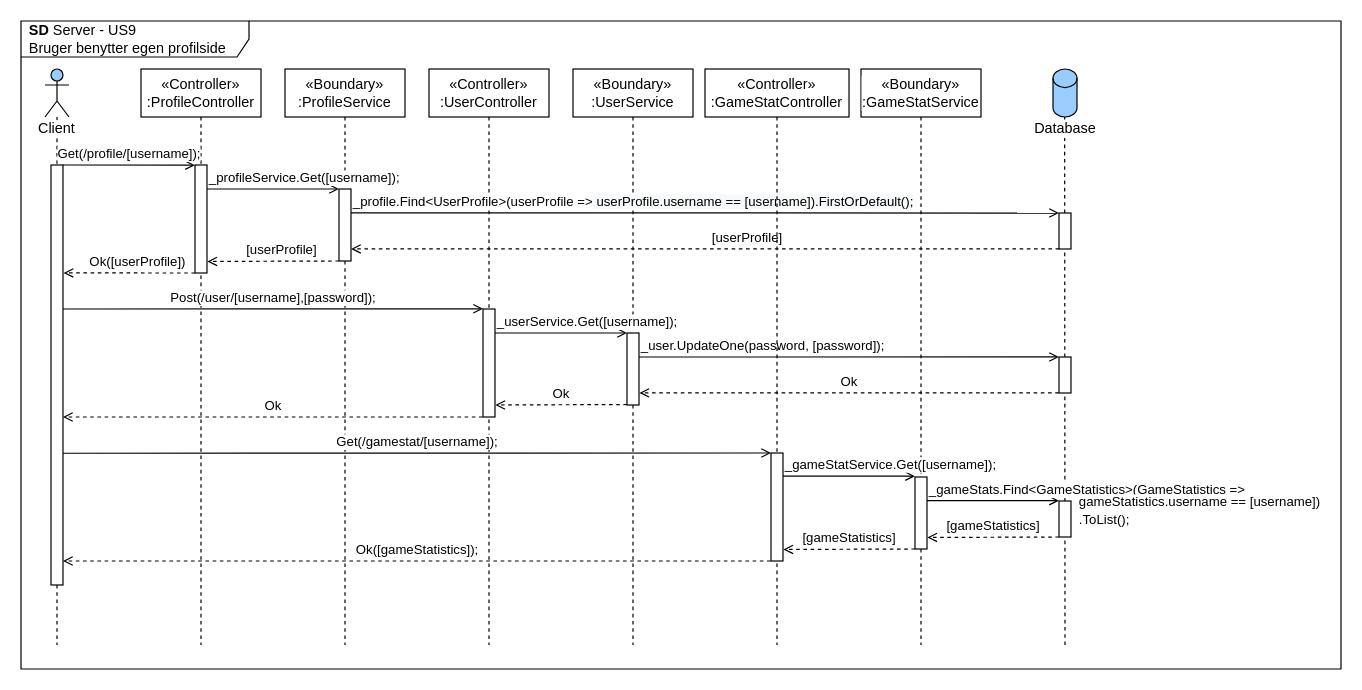
The draw.io diagram page "SD-Server" (2 of 2) of diagrams/arkitektur/US9_profile.drawio in Macradon/I7BAC-PlugNPlay, before the edit. Source tidied: cells renumbered, new cells numbered last; positions are measured from the earlier drawing's top-left corner, leaving out a move shared by most shapes. Both pictures are drawn from the tidied source at 120%, with x=0, y=0 at pixel (20, 20).
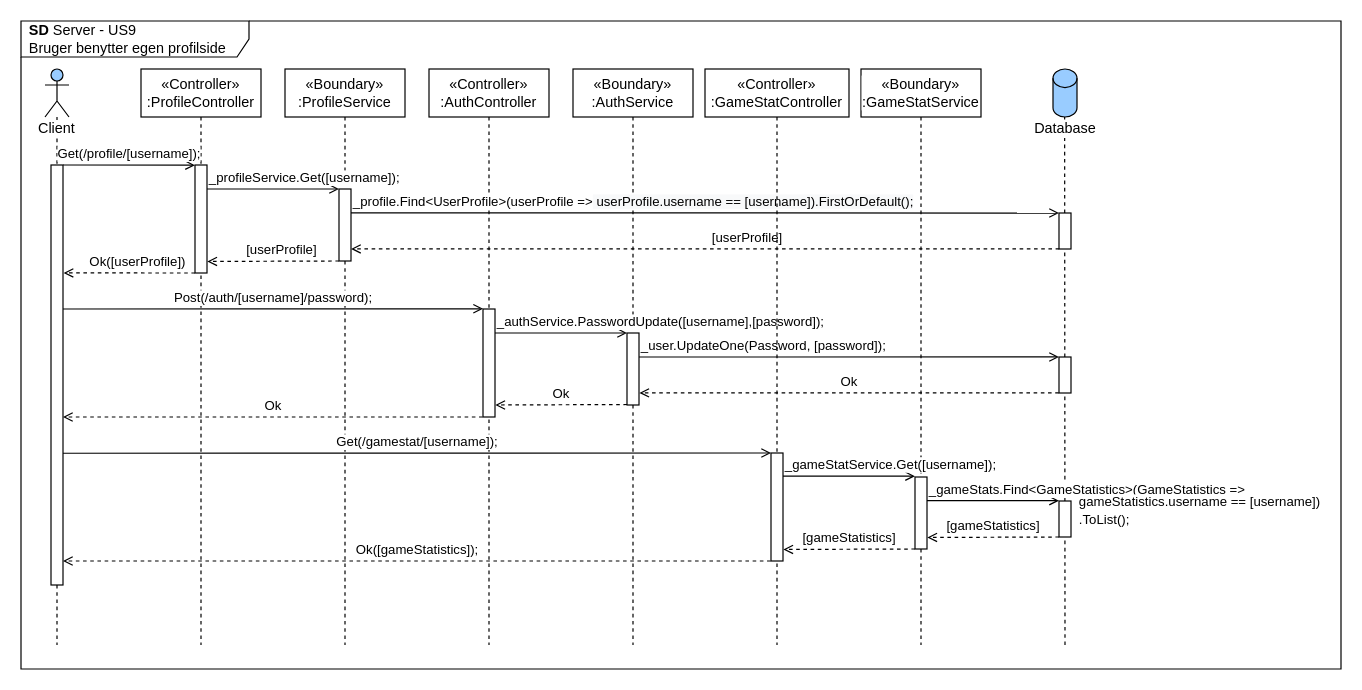
Above is the later version.

Unchanged cells that the change refers to:
```xml
<mxCell id="26" style="html=1;points=[];perimeter=orthogonalPerimeter;labelBackgroundColor=#ffffff;" parent="1" vertex="1">
  <mxGeometry x="385" y="240" width="10" height="90" as="geometry" />
</mxCell>
<mxCell id="28" style="html=1;points=[];perimeter=orthogonalPerimeter;labelBackgroundColor=#ffffff;" parent="1" vertex="1">
  <mxGeometry x="865" y="280" width="10" height="30" as="geometry" />
</mxCell>
```

The edit, as a diff of the source:
```diff
@@
-    <mxCell id="17" value="«Controller»&lt;br&gt;:UserController" style="shape=umlLifeline;perimeter=lifelinePerimeter;whiteSpace=wrap;html=1;labelBackgroundColor=#ffffff;" parent="1" vertex="1">
+    <mxCell id="17" value="«Controller»&lt;br&gt;:AuthController" style="shape=umlLifeline;perimeter=lifelinePerimeter;whiteSpace=wrap;html=1;labelBackgroundColor=#ffffff;" parent="1" vertex="1">
       <mxGeometry x="340" y="40" width="100" height="480" as="geometry" />
     </mxCell>
-    <mxCell id="18" value="«Boundary»&lt;br&gt;:UserService" style="shape=umlLifeline;perimeter=lifelinePerimeter;whiteSpace=wrap;html=1;labelBackgroundColor=#ffffff;" parent="1" vertex="1">
+    <mxCell id="18" value="«Boundary»&lt;br&gt;:AuthService" style="shape=umlLifeline;perimeter=lifelinePerimeter;whiteSpace=wrap;html=1;labelBackgroundColor=#ffffff;" parent="1" vertex="1">
       <mxGeometry x="460" y="40" width="100" height="480" as="geometry" />
     </mxCell>
@@
-    <mxCell id="20" value="&lt;div style=&quot;text-align: left&quot;&gt;Post(/user/[username],[password]);&lt;/div&gt;" style="html=1;verticalAlign=bottom;endArrow=open;fontColor=#000000;endFill=0;entryX=0.004;entryY=-0.002;entryDx=0;entryDy=0;entryPerimeter=0;" parent="1" edge="1" target="26">
+    <mxCell id="20" value="&lt;div style=&quot;text-align: left&quot;&gt;Post(/auth/[username]/password);&lt;/div&gt;" style="html=1;verticalAlign=bottom;endArrow=open;fontColor=#000000;endFill=0;entryX=0.004;entryY=-0.002;entryDx=0;entryDy=0;entryPerimeter=0;" parent="1" edge="1" target="26">
       <mxGeometry relative="1" as="geometry">
         <mxPoint x="35" y="240" as="sourcePoint" />
       </mxGeometry>
     </mxCell>
-    <mxCell id="21" value="&lt;span&gt;_userService.Get([username]);&lt;/span&gt;" style="html=1;verticalAlign=bottom;endArrow=open;fontColor=#000000;endFill=0;align=left;entryX=-0.003;entryY=0;entryDx=0;entryDy=0;entryPerimeter=0;" parent="1" edge="1">
+    <mxCell id="21" value="&lt;span&gt;_authService.PasswordUpdate([username],[password]);&lt;/span&gt;" style="html=1;verticalAlign=bottom;endArrow=open;fontColor=#000000;endFill=0;align=left;entryX=-0.003;entryY=0;entryDx=0;entryDy=0;entryPerimeter=0;" parent="1" edge="1">
       <mxGeometry x="-1" relative="1" as="geometry">
         <mxPoint x="395" y="260" as="sourcePoint" />
         <mxPoint x="505" y="260" as="targetPoint" />
       </mxGeometry>
     </mxCell>
-    <mxCell id="22" value="&lt;span&gt;_user.UpdateOne(password, [password]);&lt;/span&gt;" style="html=1;verticalAlign=bottom;endArrow=open;fontColor=#000000;endFill=0;align=left;entryX=-0.003;entryY=-0.001;entryDx=0;entryDy=0;entryPerimeter=0;" parent="1" edge="1" target="28">
+    <mxCell id="22" value="&lt;span&gt;_user.UpdateOne(Password, [password]);&lt;/span&gt;" style="html=1;verticalAlign=bottom;endArrow=open;fontColor=#000000;endFill=0;align=left;entryX=-0.003;entryY=-0.001;entryDx=0;entryDy=0;entryPerimeter=0;" parent="1" edge="1" target="28">
       <mxGeometry x="-1" relative="1" as="geometry">
         <mxPoint x="515" y="280" as="sourcePoint" />
       </mxGeometry>
     </mxCell>
```
